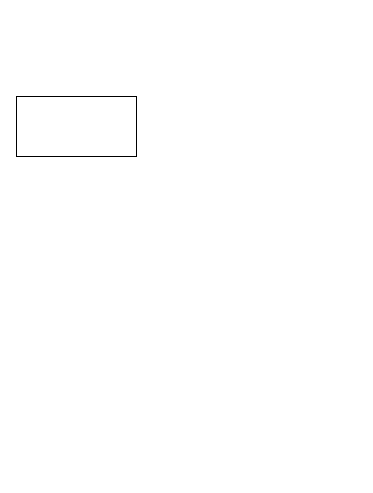
This is piaotest.drawio from piaojian1993/UML2, a draw.io file, before an edit. Source tidied: cells renumbered, new cells numbered last; positions are measured from the earlier drawing's top-left corner, leaving out a move shared by most shapes. Both pictures are drawn from the tidied source at 100%, with x=0, y=0 at pixel (16, 96).
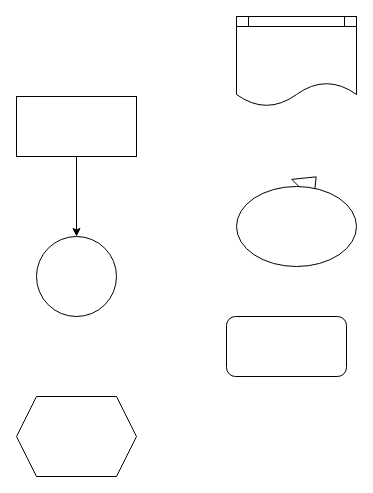
The same page after the edit.

What changed in the source:
```diff
@@
 <mxGraphModel>
   <root>
     <mxCell id="0" />
     <mxCell id="1" parent="0" />
     <mxCell id="2" style="rounded=0;whiteSpace=wrap;html=1;" parent="1" vertex="1">
       <mxGeometry width="120" height="60" as="geometry" />
     </mxCell>
+    <mxCell id="3" style="ellipse;whiteSpace=wrap;html=1;" parent="1" vertex="1">
+      <mxGeometry x="20" y="140" width="80" height="80" as="geometry" />
+    </mxCell>
+    <mxCell id="4" style="shape=hexagon;perimeter=hexagonPerimeter2;whiteSpace=wrap;html=1;fixedSize=1;" parent="1" vertex="1">
+      <mxGeometry y="300" width="120" height="80" as="geometry" />
+    </mxCell>
+    <mxCell id="5" style="endArrow=classic;html=1;exitX=0.5;exitY=1;exitDx=0;exitDy=0;entryX=0.5;entryY=0;entryDx=0;entryDy=0;" parent="1" edge="1" source="2" target="3">
+      <mxGeometry relative="1" as="geometry" />
+    </mxCell>
+    <mxCell id="6" style="shape=process;whiteSpace=wrap;html=1;backgroundOutline=1;" parent="1" vertex="1">
+      <mxGeometry x="220" y="-80" width="120" height="60" as="geometry" />
+    </mxCell>
+    <mxCell id="7" style="rounded=1;whiteSpace=wrap;html=1;" parent="1" vertex="1">
+      <mxGeometry x="210" y="220" width="120" height="60" as="geometry" />
+    </mxCell>
+    <mxCell id="8" style="shape=flexArrow;endArrow=classic;startArrow=classic;html=1;" parent="1" edge="1">
+      <mxGeometry relative="1" as="geometry">
+        <mxPoint x="250" y="130" as="sourcePoint" />
+        <mxPoint x="300" y="80" as="targetPoint" />
+      </mxGeometry>
+    </mxCell>
+    <mxCell id="9" style="ellipse;whiteSpace=wrap;html=1;" parent="1" vertex="1">
+      <mxGeometry x="220" y="90" width="120" height="80" as="geometry" />
+    </mxCell>
+    <mxCell id="10" style="shape=document;whiteSpace=wrap;html=1;boundedLbl=1;" parent="1" vertex="1">
+      <mxGeometry x="220" y="-70" width="120" height="80" as="geometry" />
+    </mxCell>
   </root>
 </mxGraphModel>
```
